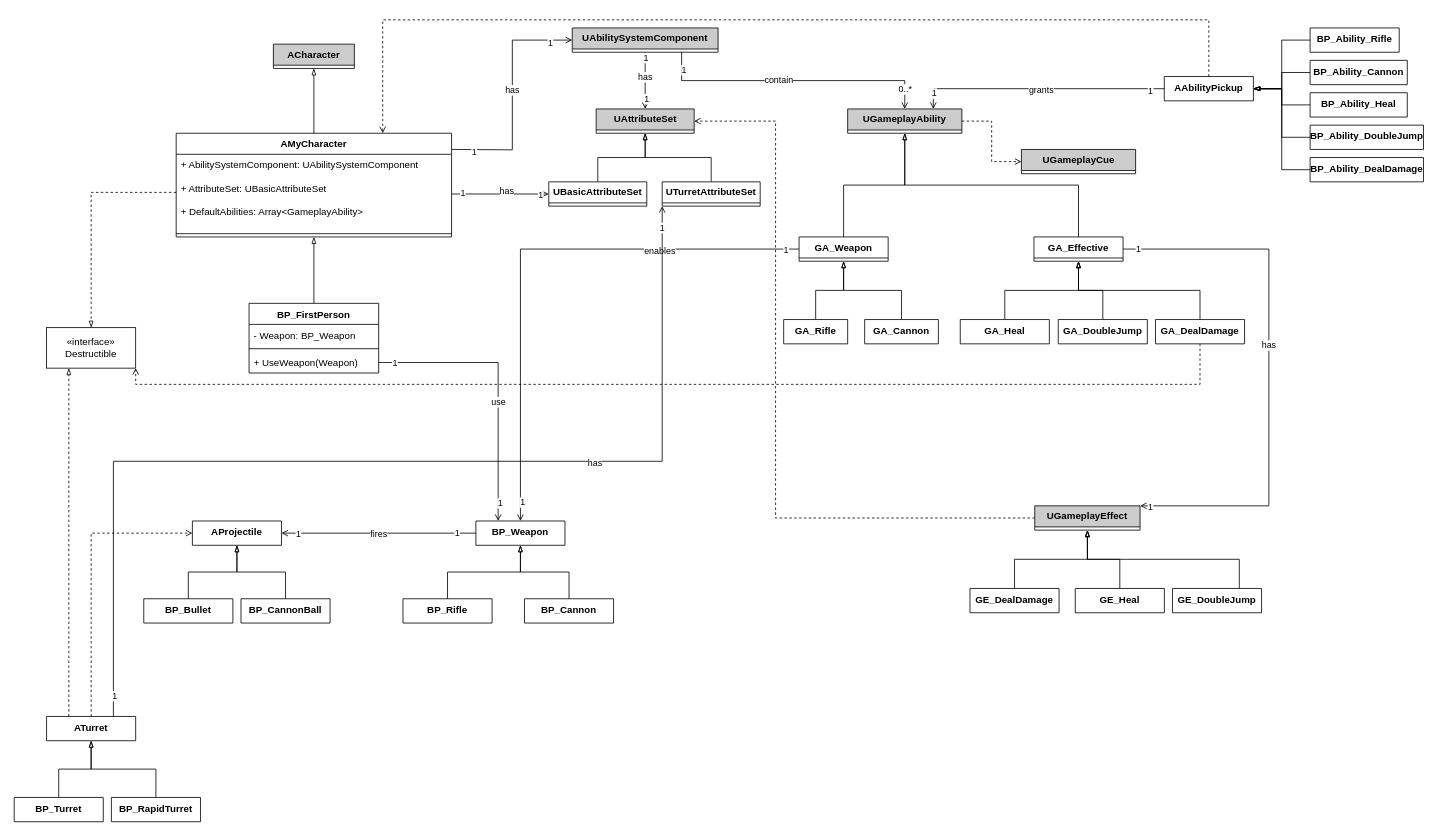
The draw.io diagram TurretShooter_UML_Class.drawio in Grandmarkk/TurretShooter, before the edit. Source tidied: cells renumbered, new cells numbered last; positions are measured from the earlier drawing's top-left corner, leaving out a move shared by most shapes. Both pictures are drawn from the tidied source at 81%, with x=0, y=0 at pixel (14, 19).
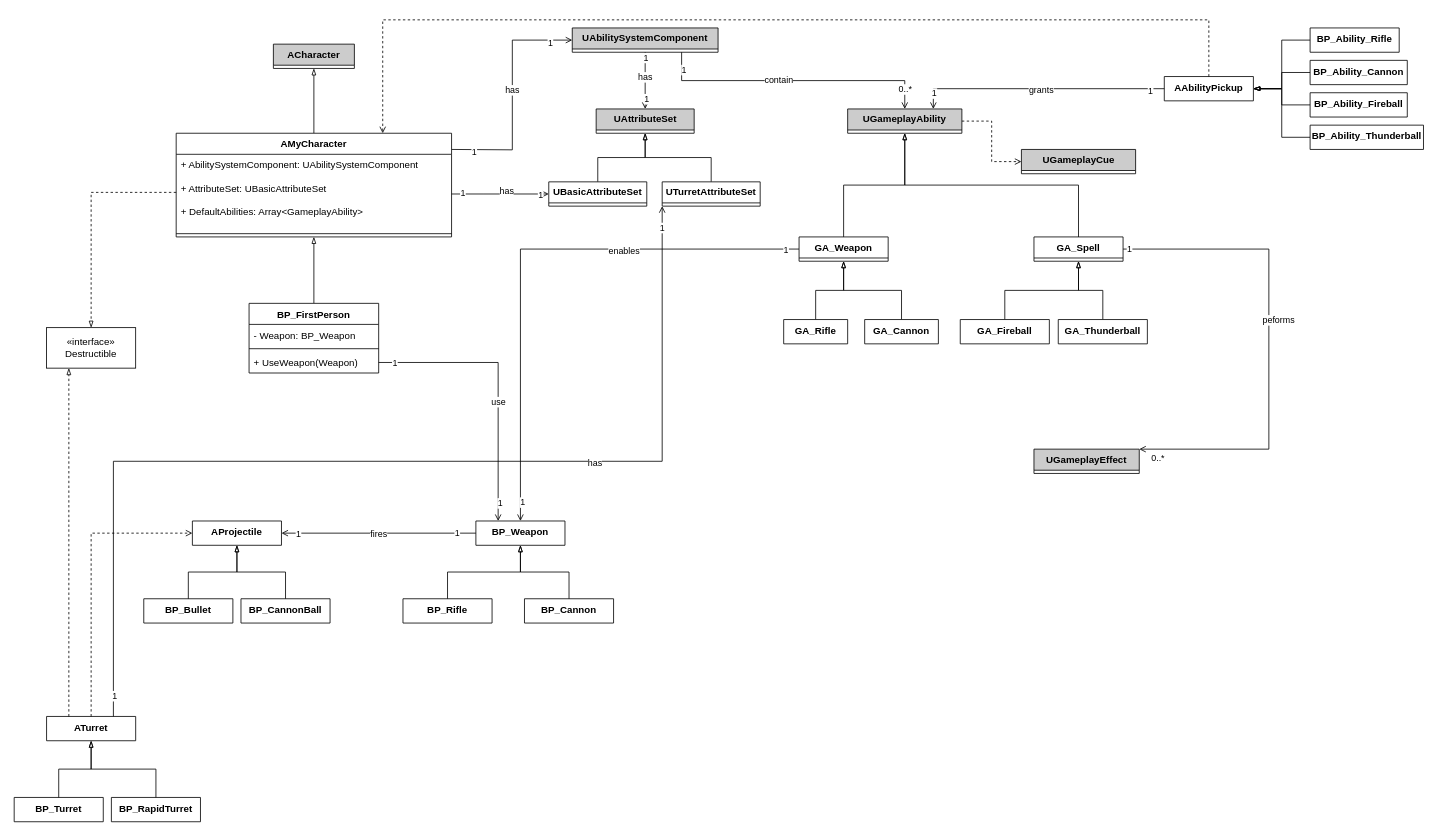
The same diagram, later.

Unchanged cells that the change refers to:
```xml
<mxCell id="33" value="&lt;b&gt;UAttributeSet&lt;/b&gt;" style="swimlane;fontStyle=0;horizontal=1;startSize=26;fillColor=#CCCCCC;whiteSpace=wrap;html=1;" parent="1" vertex="1" collapsed="1">
  <mxGeometry x="718.5" y="110" width="121" height="30" as="geometry" />
</mxCell>
<mxCell id="39" style="edgeStyle=orthogonalEdgeStyle;rounded=0;jettySize=auto;html=1;endArrow=open;endFill=0;" parent="1" edge="1" source="43" target="48">
  <mxGeometry relative="1" as="geometry" />
</mxCell>
<mxCell id="92" value="&lt;div&gt;«interface»&lt;span lang=&quot;en&quot; class=&quot;HwtZe&quot;&gt;&lt;span class=&quot;jCAhz ChMk0b&quot;&gt;&lt;span class=&quot;ryNqvb&quot;&gt;&lt;br&gt;&lt;/span&gt;&lt;/span&gt;&lt;/span&gt;&lt;/div&gt;&lt;div&gt;&lt;span lang=&quot;en&quot; class=&quot;HwtZe&quot;&gt;&lt;span class=&quot;jCAhz ChMk0b&quot;&gt;&lt;span class=&quot;ryNqvb&quot;&gt;Destructible&lt;/span&gt;&lt;/span&gt;&lt;/span&gt;&lt;/div&gt;" style="html=1;whiteSpace=wrap;" parent="1" vertex="1">
  <mxGeometry x="40" y="380" width="110" height="50" as="geometry" />
</mxCell>
<mxCell id="104" value="AAbilityPickup" style="swimlane;fontStyle=1;align=center;verticalAlign=top;horizontal=1;startSize=0;whiteSpace=wrap;html=1;" parent="1" vertex="1" collapsed="1">
  <mxGeometry x="1419.9" y="70" width="110" height="30" as="geometry" />
</mxCell>
```

Change to the diagram source:
```diff
@@
     <mxCell id="40" value="enables" style="edgeLabel;html=1;align=center;verticalAlign=middle;" parent="39" vertex="1">
-      <mxGeometry x="-0.49" y="1" relative="1" as="geometry" />
+      <mxGeometry x="-0.49" y="1" relative="1" as="geometry">
+        <mxPoint x="-44" as="offset" />
+      </mxGeometry>
     </mxCell>
@@
     <mxCell id="50" style="edgeStyle=orthogonalEdgeStyle;rounded=0;jettySize=auto;html=1;endArrow=open;endFill=0;exitX=1;exitY=0.5;exitDx=0;exitDy=0;entryX=1;entryY=0;entryDx=0;entryDy=0;" parent="1" edge="1" source="54" target="73">
       <mxGeometry relative="1" as="geometry">
         <Array as="points">
           <mxPoint x="1549" y="283" />
-          <mxPoint x="1549" y="600" />
+          <mxPoint x="1549" y="530" />
         </Array>
       </mxGeometry>
     </mxCell>
-    <mxCell id="51" value="has" style="edgeLabel;html=1;align=center;verticalAlign=middle;" parent="50" vertex="1">
-      <mxGeometry x="-0.09" y="-1" relative="1" as="geometry" />
+    <mxCell id="51" value="peforms" style="edgeLabel;html=1;align=center;verticalAlign=middle;" parent="50" vertex="1">
+      <mxGeometry x="-0.09" y="-1" relative="1" as="geometry">
+        <mxPoint x="12" as="offset" />
+      </mxGeometry>
     </mxCell>
-    <mxCell id="52" value="1" style="edgeLabel;html=1;align=center;verticalAlign=middle;" parent="50" vertex="1">
+    <mxCell id="52" value="0..*" style="edgeLabel;html=1;align=center;verticalAlign=middle;" parent="50" vertex="1">
       <mxGeometry x="0.74" y="1" relative="1" as="geometry">
-        <mxPoint x="-73" as="offset" />
+        <mxPoint x="-54" y="9" as="offset" />
       </mxGeometry>
     </mxCell>
@@
-    <mxCell id="54" value="GA_Effective" style="swimlane;fontStyle=1;align=center;verticalAlign=top;horizontal=1;startSize=26;whiteSpace=wrap;html=1;" parent="1" vertex="1" collapsed="1">
+    <mxCell id="54" value="GA_Spell" style="swimlane;fontStyle=1;align=center;verticalAlign=top;horizontal=1;startSize=26;whiteSpace=wrap;html=1;" parent="1" vertex="1" collapsed="1">
       <mxGeometry x="1259" y="268" width="110" height="30" as="geometry" />
     </mxCell>
@@
-    <mxCell id="63" value="GA_Heal" style="swimlane;fontStyle=1;align=center;verticalAlign=top;horizontal=1;startSize=30;whiteSpace=wrap;html=1;" parent="1" vertex="1" collapsed="1">
+    <mxCell id="63" value="GA_Fireball" style="swimlane;fontStyle=1;align=center;verticalAlign=top;horizontal=1;startSize=30;whiteSpace=wrap;html=1;" parent="1" vertex="1" collapsed="1">
       <mxGeometry x="1168" y="370" width="110" height="30" as="geometry" />
     </mxCell>
@@
-    <mxCell id="65" value="GA_DoubleJump" style="swimlane;fontStyle=1;align=center;verticalAlign=top;horizontal=1;startSize=30;whiteSpace=wrap;html=1;" parent="1" vertex="1" collapsed="1">
+    <mxCell id="65" value="GA_Thunderball" style="swimlane;fontStyle=1;align=center;verticalAlign=top;horizontal=1;startSize=30;whiteSpace=wrap;html=1;" parent="1" vertex="1" collapsed="1">
       <mxGeometry x="1289" y="370" width="110" height="30" as="geometry" />
     </mxCell>
@@
-    <mxCell id="72" style="edgeStyle=orthogonalEdgeStyle;rounded=0;jettySize=auto;html=1;entryX=1;entryY=0.5;entryDx=0;entryDy=0;endArrow=open;endFill=0;dashed=1;exitX=0;exitY=0.5;exitDx=0;exitDy=0;" parent="1" edge="1" source="73" target="33">
-      <mxGeometry relative="1" as="geometry">
-        <Array as="points">
-          <mxPoint x="940" y="615" />
-          <mxPoint x="940" y="125" />
-        </Array>
-      </mxGeometry>
-    </mxCell>
     <mxCell id="73" value="&lt;b&gt;UGameplayEffect&lt;/b&gt;" style="swimlane;fontStyle=0;horizontal=1;startSize=26;fillColor=#CCCCCC;whiteSpace=wrap;html=1;" parent="1" vertex="1" collapsed="1">
-      <mxGeometry x="1260" y="600" width="130" height="30" as="geometry" />
+      <mxGeometry x="1259" y="530" width="130" height="30" as="geometry" />
     </mxCell>
-    <mxCell id="74" style="edgeStyle=orthogonalEdgeStyle;rounded=0;jettySize=auto;html=1;entryX=0.5;entryY=1;entryDx=0;entryDy=0;endArrow=blockThin;endFill=0;exitX=0.5;exitY=0;exitDx=0;exitDy=0;" parent="1" edge="1" source="76" target="54">
-      <mxGeometry relative="1" as="geometry" />
-    </mxCell>
-    <mxCell id="75" style="edgeStyle=orthogonalEdgeStyle;rounded=0;jettySize=auto;html=1;exitX=0.5;exitY=1;exitDx=0;exitDy=0;entryX=1;entryY=1;entryDx=0;entryDy=0;endArrow=open;endFill=0;dashed=1;" parent="1" edge="1" source="76" target="92">
-      <mxGeometry relative="1" as="geometry" />
-    </mxCell>
-    <mxCell id="76" value="GA_DealDamage" style="swimlane;fontStyle=1;align=center;verticalAlign=top;horizontal=1;startSize=30;whiteSpace=wrap;html=1;" parent="1" vertex="1" collapsed="1">
-      <mxGeometry x="1409" y="370" width="110" height="30" as="geometry" />
-    </mxCell>
-    <mxCell id="77" style="edgeStyle=orthogonalEdgeStyle;rounded=0;jettySize=auto;html=1;entryX=0.5;entryY=1;entryDx=0;entryDy=0;endArrow=blockThin;endFill=0;" parent="1" edge="1" source="78" target="73">
-      <mxGeometry relative="1" as="geometry" />
-    </mxCell>
-    <mxCell id="78" value="GE_DealDamage" style="swimlane;fontStyle=1;align=center;verticalAlign=top;horizontal=1;startSize=30;whiteSpace=wrap;html=1;" parent="1" vertex="1" collapsed="1">
-      <mxGeometry x="1180" y="702" width="110" height="30" as="geometry" />
-    </mxCell>
-    <mxCell id="79" style="edgeStyle=orthogonalEdgeStyle;rounded=0;jettySize=auto;html=1;entryX=0.5;entryY=1;entryDx=0;entryDy=0;exitX=0.75;exitY=0;exitDx=0;exitDy=0;endArrow=blockThin;endFill=0;" parent="1" edge="1" source="80" target="73">
-      <mxGeometry relative="1" as="geometry" />
-    </mxCell>
-    <mxCell id="80" value="GE_DoubleJump" style="swimlane;fontStyle=1;align=center;verticalAlign=top;horizontal=1;startSize=30;whiteSpace=wrap;html=1;" parent="1" vertex="1" collapsed="1">
-      <mxGeometry x="1430" y="702" width="110" height="30" as="geometry" />
-    </mxCell>
-    <mxCell id="81" style="edgeStyle=orthogonalEdgeStyle;rounded=0;jettySize=auto;html=1;entryX=0.5;entryY=1;entryDx=0;entryDy=0;endArrow=blockThin;endFill=0;" parent="1" edge="1" source="82" target="73">
-      <mxGeometry relative="1" as="geometry" />
-    </mxCell>
-    <mxCell id="82" value="GE_Heal" style="swimlane;fontStyle=1;align=center;verticalAlign=top;horizontal=1;startSize=30;whiteSpace=wrap;html=1;" parent="1" vertex="1" collapsed="1">
-      <mxGeometry x="1310" y="702" width="110" height="30" as="geometry" />
-    </mxCell>
@@
-    <mxCell id="110" value="BP_Ability_Heal" style="swimlane;fontStyle=1;align=center;verticalAlign=top;horizontal=1;startSize=0;whiteSpace=wrap;html=1;" parent="1" vertex="1" collapsed="1">
+    <mxCell id="110" value="BP_Ability_Fireball" style="swimlane;fontStyle=1;align=center;verticalAlign=top;horizontal=1;startSize=0;whiteSpace=wrap;html=1;" parent="1" vertex="1" collapsed="1">
       <mxGeometry x="1599.9" y="90" width="120" height="30" as="geometry" />
     </mxCell>
@@
-    <mxCell id="112" value="BP_Ability_DoubleJump" style="swimlane;fontStyle=1;align=center;verticalAlign=top;horizontal=1;startSize=0;whiteSpace=wrap;html=1;" parent="1" vertex="1" collapsed="1">
+    <mxCell id="112" value="BP_Ability_Thunderball" style="swimlane;fontStyle=1;align=center;verticalAlign=top;horizontal=1;startSize=0;whiteSpace=wrap;html=1;" parent="1" vertex="1" collapsed="1">
       <mxGeometry x="1599.9" y="130" width="140" height="30" as="geometry" />
     </mxCell>
-    <mxCell id="113" style="edgeStyle=orthogonalEdgeStyle;rounded=0;jettySize=auto;html=1;entryX=1;entryY=0.5;entryDx=0;entryDy=0;endArrow=blockThin;endFill=0;" parent="1" edge="1" source="114" target="104">
-      <mxGeometry relative="1" as="geometry" />
-    </mxCell>
-    <mxCell id="114" value="BP_Ability_DealDamage" style="swimlane;fontStyle=1;align=center;verticalAlign=top;horizontal=1;startSize=0;whiteSpace=wrap;html=1;" parent="1" vertex="1" collapsed="1">
-      <mxGeometry x="1599.9" y="170" width="140" height="30" as="geometry" />
-    </mxCell>
```
